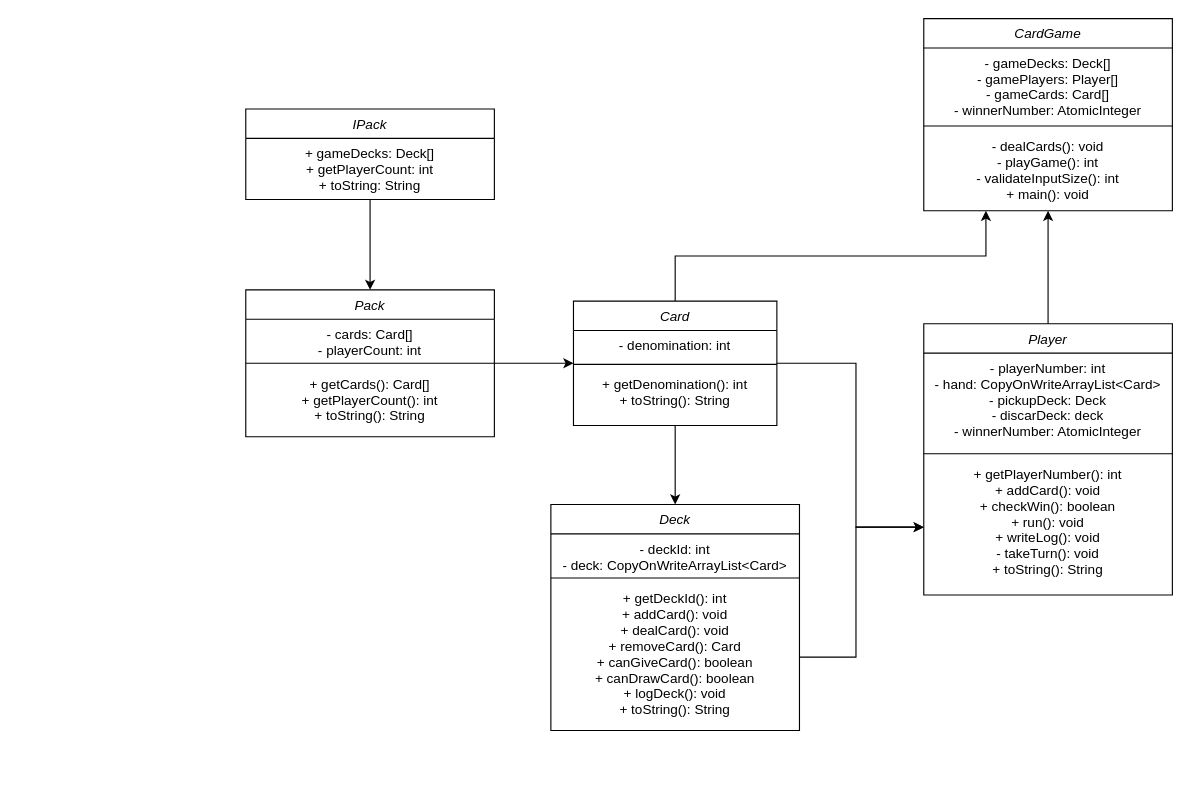
This is res/uml2414.drawio from edf1101/Cards-Coursework, a draw.io file, before an edit. Source tidied: cells renumbered, new cells numbered last; positions are measured from the earlier drawing's top-left corner, leaving out a move shared by most shapes. Both pictures are drawn from the tidied source at 113%, with x=0, y=0 at pixel (245, 18).
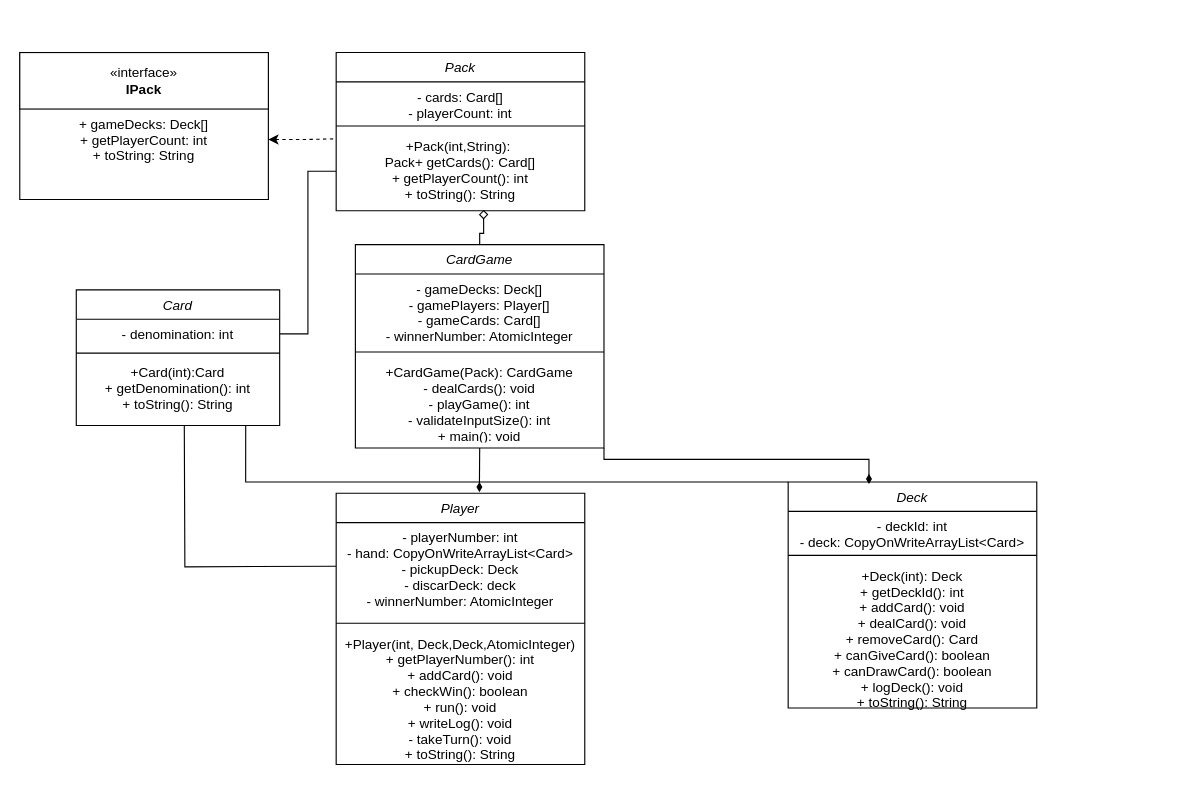
The same page after the edit.

The change refers to these unchanged cells:
```xml
<mxCell id="6" value="- denomination: int" style="text;align=center;verticalAlign=top;spacingLeft=4;spacingRight=4;overflow=hidden;points=[[0,0.5],[1,0.5]];portConstraint=eastwest;" parent="5" vertex="1">
  <mxGeometry y="26" width="180" height="26" as="geometry" />
</mxCell>
<mxCell id="7" style="line;html=1;strokeWidth=1;align=left;verticalAlign=middle;spacingTop=-1;spacingLeft=3;spacingRight=3;labelPosition=right;points=[];portConstraint=eastwest;" parent="5" vertex="1">
  <mxGeometry y="52" width="180" height="8" as="geometry" />
</mxCell>
```

The edit, as a diff of the source:
```diff
@@
-    <mxCell id="2" style="edgeStyle=orthogonalEdgeStyle;rounded=0;jettySize=auto;html=1;entryX=0;entryY=0.5;entryDx=0;entryDy=0;" parent="1" edge="1" source="5" target="22">
-      <mxGeometry relative="1" as="geometry">
-        <Array as="points">
-          <mxPoint x="540" y="305" />
-          <mxPoint x="540" y="450" />
-        </Array>
-      </mxGeometry>
-    </mxCell>
-    <mxCell id="3" style="edgeStyle=orthogonalEdgeStyle;rounded=0;jettySize=auto;html=1;entryX=0.25;entryY=1;entryDx=0;entryDy=0;" parent="1" edge="1" source="5" target="23">
-      <mxGeometry relative="1" as="geometry">
-        <Array as="points">
-          <mxPoint x="380" y="210" />
-          <mxPoint x="655" y="210" />
-        </Array>
-      </mxGeometry>
-    </mxCell>
-    <mxCell id="4" style="edgeStyle=orthogonalEdgeStyle;rounded=0;jettySize=auto;html=1;entryX=0.5;entryY=0;entryDx=0;entryDy=0;" parent="1" edge="1" source="5" target="9">
-      <mxGeometry relative="1" as="geometry" />
-    </mxCell>
     <mxCell id="5" value="Card" style="swimlane;fontStyle=2;align=center;verticalAlign=top;horizontal=1;startSize=26;rounded=0;shadow=0;strokeWidth=1;" parent="1" vertex="1">
-      <mxGeometry x="290" y="250" width="180" height="110" as="geometry" />
+      <mxGeometry x="-150" y="240" width="180" height="120" as="geometry" />
     </mxCell>
@@
-    <mxCell id="8" value="+ getDenomination(): int&#10;+ toString(): String" style="text;align=center;verticalAlign=top;spacingLeft=4;spacingRight=4;overflow=hidden;points=[[0,0.5],[1,0.5]];portConstraint=eastwest;" parent="5" vertex="1">
-      <mxGeometry y="60" width="180" height="50" as="geometry" />
+    <mxCell id="8" value="+Card(int):Card&#10;+ getDenomination(): int&#10;+ toString(): String" style="text;align=center;verticalAlign=top;spacingLeft=4;spacingRight=4;overflow=hidden;points=[[0,0.5],[1,0.5]];portConstraint=eastwest;" parent="5" vertex="1">
+      <mxGeometry y="60" width="180" height="60" as="geometry" />
     </mxCell>
     <mxCell id="9" value="Deck" style="swimlane;fontStyle=2;align=center;verticalAlign=top;horizontal=1;startSize=26;rounded=0;shadow=0;strokeWidth=1;" parent="1" vertex="1">
-      <mxGeometry x="270" y="430" width="220" height="200" as="geometry" />
+      <mxGeometry x="480" y="410" width="220" height="200" as="geometry" />
     </mxCell>
@@
-    <mxCell id="12" value="+ getDeckId(): int&#10;+ addCard(): void&#10;+ dealCard(): void&#10;+ removeCard(): Card&#10;+ canGiveCard(): boolean&#10;+ canDrawCard(): boolean&#10;+ logDeck(): void&#10;+ toString(): String" style="text;align=center;verticalAlign=top;spacingLeft=4;spacingRight=4;overflow=hidden;points=[[0,0.5],[1,0.5]];portConstraint=eastwest;" parent="9" vertex="1">
+    <mxCell id="12" value="+Deck(int): Deck&#10;+ getDeckId(): int&#10;+ addCard(): void&#10;+ dealCard(): void&#10;+ removeCard(): Card&#10;+ canGiveCard(): boolean&#10;+ canDrawCard(): boolean&#10;+ logDeck(): void&#10;+ toString(): String" style="text;align=center;verticalAlign=top;spacingLeft=4;spacingRight=4;overflow=hidden;points=[[0,0.5],[1,0.5]];portConstraint=eastwest;" parent="9" vertex="1">
       <mxGeometry y="70" width="220" height="130" as="geometry" />
     </mxCell>
-    <mxCell id="13" style="edgeStyle=orthogonalEdgeStyle;rounded=0;jettySize=auto;html=1;" parent="1" edge="1" source="14" target="7">
-      <mxGeometry relative="1" as="geometry">
-        <Array as="points">
-          <mxPoint x="270" y="305" />
-          <mxPoint x="270" y="305" />
-        </Array>
-      </mxGeometry>
-    </mxCell>
     <mxCell id="14" value="Pack" style="swimlane;fontStyle=2;align=center;verticalAlign=top;horizontal=1;startSize=26;rounded=0;shadow=0;strokeWidth=1;" parent="1" vertex="1">
-      <mxGeometry y="240" width="220" height="130" as="geometry" />
+      <mxGeometry x="80" y="30" width="220" height="140" as="geometry" />
     </mxCell>
@@
-    <mxCell id="17" value="+ getCards(): Card[]&#10;+ getPlayerCount(): int&#10;+ toString(): String" style="text;align=center;verticalAlign=top;spacingLeft=4;spacingRight=4;overflow=hidden;points=[[0,0.5],[1,0.5]];portConstraint=eastwest;" parent="14" vertex="1">
-      <mxGeometry y="70" width="220" height="50" as="geometry" />
+    <mxCell id="17" value="+Pack(int,String): &#10;Pack+ getCards(): Card[]&#10;+ getPlayerCount(): int&#10;+ toString(): String" style="text;align=center;verticalAlign=top;spacingLeft=4;spacingRight=4;overflow=hidden;points=[[0,0.5],[1,0.5]];portConstraint=eastwest;" parent="14" vertex="1">
+      <mxGeometry y="70" width="220" height="70" as="geometry" />
     </mxCell>
-    <mxCell id="18" style="edgeStyle=orthogonalEdgeStyle;rounded=0;jettySize=auto;html=1;entryX=0.5;entryY=1;entryDx=0;entryDy=0;" parent="1" edge="1" source="19" target="23">
-      <mxGeometry relative="1" as="geometry" />
-    </mxCell>
     <mxCell id="19" value="Player" style="swimlane;fontStyle=2;align=center;verticalAlign=top;horizontal=1;startSize=26;rounded=0;shadow=0;strokeWidth=1;" parent="1" vertex="1">
-      <mxGeometry x="600" y="270" width="220" height="240" as="geometry" />
+      <mxGeometry x="80" y="420" width="220" height="240" as="geometry" />
     </mxCell>
@@
-    <mxCell id="22" value="+ getPlayerNumber(): int&#10;+ addCard(): void&#10;+ checkWin(): boolean&#10;+ run(): void&#10;+ writeLog(): void&#10;- takeTurn(): void&#10;+ toString(): String&#10;" style="text;align=center;verticalAlign=top;spacingLeft=4;spacingRight=4;overflow=hidden;points=[[0,0.5],[1,0.5]];portConstraint=eastwest;" parent="19" vertex="1">
+    <mxCell id="22" value="+Player(int, Deck,Deck,AtomicInteger)&#10;+ getPlayerNumber(): int&#10;+ addCard(): void&#10;+ checkWin(): boolean&#10;+ run(): void&#10;+ writeLog(): void&#10;- takeTurn(): void&#10;+ toString(): String&#10;" style="text;align=center;verticalAlign=top;spacingLeft=4;spacingRight=4;overflow=hidden;points=[[0,0.5],[1,0.5]];portConstraint=eastwest;" parent="19" vertex="1">
       <mxGeometry y="120" width="220" height="120" as="geometry" />
     </mxCell>
     <mxCell id="23" value="CardGame" style="swimlane;fontStyle=2;align=center;verticalAlign=top;horizontal=1;startSize=26;rounded=0;shadow=0;strokeWidth=1;" parent="1" vertex="1">
-      <mxGeometry x="600" width="220" height="170" as="geometry" />
+      <mxGeometry x="97" y="200" width="220" height="180" as="geometry" />
     </mxCell>
@@
-    <mxCell id="26" value="- dealCards(): void&#10;- playGame(): int&#10;- validateInputSize(): int&#10;+ main(): void&#10;" style="text;align=center;verticalAlign=top;spacingLeft=4;spacingRight=4;overflow=hidden;" parent="23" vertex="1">
-      <mxGeometry y="100" width="220" height="60" as="geometry" />
+    <mxCell id="26" value="+CardGame(Pack): CardGame&#10;- dealCards(): void&#10;- playGame(): int&#10;- validateInputSize(): int&#10;+ main(): void&#10;" style="text;align=center;verticalAlign=top;spacingLeft=4;spacingRight=4;overflow=hidden;" parent="23" vertex="1">
+      <mxGeometry y="100" width="220" height="70" as="geometry" />
     </mxCell>
-    <mxCell id="27" style="edgeStyle=orthogonalEdgeStyle;rounded=0;jettySize=auto;html=1;entryX=0.5;entryY=0;entryDx=0;entryDy=0;" parent="1" edge="1" source="28" target="14">
-      <mxGeometry relative="1" as="geometry" />
-    </mxCell>
-    <mxCell id="28" value="IPack" style="swimlane;fontStyle=2;align=center;verticalAlign=top;horizontal=1;startSize=26;rounded=0;shadow=0;strokeWidth=1;" parent="1" vertex="1">
-      <mxGeometry y="80" width="220" height="80" as="geometry" />
+    <mxCell id="28" style="swimlane;fontStyle=2;align=center;verticalAlign=top;horizontal=1;startSize=0;rounded=0;shadow=0;strokeWidth=1;" parent="1" vertex="1">
+      <mxGeometry x="-200" y="30" width="220" height="130" as="geometry" />
     </mxCell>
+    <mxCell id="31" value="«interface»&lt;br&gt;&lt;b&gt;IPack&lt;/b&gt;" style="html=1;whiteSpace=wrap;" parent="28" vertex="1">
+      <mxGeometry width="220" height="50" as="geometry" />
+    </mxCell>
     <mxCell id="29" value="+ gameDecks: Deck[]&#10;+ getPlayerCount: int&#10;+ toString: String&#10;" style="text;align=center;verticalAlign=top;spacingLeft=4;spacingRight=4;overflow=hidden;points=[[0,0.5],[1,0.5]];portConstraint=eastwest;" parent="28" vertex="1">
-      <mxGeometry y="26" width="220" height="54" as="geometry" />
+      <mxGeometry y="50" width="220" height="54" as="geometry" />
     </mxCell>
-    <mxCell id="30" style="edgeStyle=orthogonalEdgeStyle;rounded=0;jettySize=auto;html=1;entryX=0;entryY=0.5;entryDx=0;entryDy=0;" parent="1" edge="1" source="12" target="22">
-      <mxGeometry relative="1" as="geometry">
-        <Array as="points">
-          <mxPoint x="540" y="565" />
-          <mxPoint x="540" y="450" />
-        </Array>
-      </mxGeometry>
-    </mxCell>
+    <mxCell id="32" style="edgeStyle=orthogonalEdgeStyle;rounded=0;jettySize=auto;html=1;exitX=1;exitY=0.5;exitDx=0;exitDy=0;entryX=0;entryY=0.091;entryDx=0;entryDy=0;entryPerimeter=0;endArrow=none;endFill=0;dashed=1;startArrow=classic;startFill=1;" parent="1" edge="1" source="29" target="17">
+      <mxGeometry relative="1" as="geometry" />
+    </mxCell>
+    <mxCell id="33" style="edgeStyle=orthogonalEdgeStyle;rounded=0;jettySize=auto;html=1;entryX=0.593;entryY=0.989;entryDx=0;entryDy=0;endArrow=diamond;endFill=0;startArrow=none;startFill=0;entryPerimeter=0;exitX=0.5;exitY=0;exitDx=0;exitDy=0;" parent="1" edge="1" source="23" target="17">
+      <mxGeometry relative="1" as="geometry">
+        <Array as="points">
+          <mxPoint x="207" y="190" />
+          <mxPoint x="210" y="190" />
+        </Array>
+      </mxGeometry>
+    </mxCell>
+    <mxCell id="34" style="edgeStyle=orthogonalEdgeStyle;rounded=0;jettySize=auto;html=1;exitX=0.5;exitY=1;exitDx=0;exitDy=0;entryX=0.576;entryY=-0.004;entryDx=0;entryDy=0;entryPerimeter=0;endArrow=diamondThin;endFill=1;" parent="1" edge="1" source="23" target="19">
+      <mxGeometry relative="1" as="geometry" />
+    </mxCell>
+    <mxCell id="35" style="edgeStyle=orthogonalEdgeStyle;rounded=0;jettySize=auto;html=1;exitX=1;exitY=1;exitDx=0;exitDy=0;entryX=0.325;entryY=0.009;entryDx=0;entryDy=0;entryPerimeter=0;endArrow=diamondThin;endFill=1;" parent="1" edge="1" source="23" target="9">
+      <mxGeometry relative="1" as="geometry">
+        <Array as="points">
+          <mxPoint x="317" y="390" />
+          <mxPoint x="552" y="390" />
+        </Array>
+      </mxGeometry>
+    </mxCell>
+    <mxCell id="36" style="edgeStyle=orthogonalEdgeStyle;rounded=0;orthogonalLoop=1;jettySize=auto;html=1;exitX=0;exitY=0.5;exitDx=0;exitDy=0;entryX=0.531;entryY=1.056;entryDx=0;entryDy=0;entryPerimeter=0;endArrow=none;endFill=0;" parent="1" edge="1">
+      <mxGeometry relative="1" as="geometry">
+        <mxPoint x="80" y="484.6" as="sourcePoint" />
+        <mxPoint x="-54.4" y="360" as="targetPoint" />
+      </mxGeometry>
+    </mxCell>
+    <mxCell id="37" style="edgeStyle=orthogonalEdgeStyle;rounded=0;jettySize=auto;html=1;exitX=0;exitY=0;exitDx=0;exitDy=0;entryX=0.833;entryY=1;entryDx=0;entryDy=0;entryPerimeter=0;endArrow=none;endFill=0;" parent="1" edge="1" source="9" target="8">
+      <mxGeometry relative="1" as="geometry">
+        <Array as="points">
+          <mxPoint y="410" />
+        </Array>
+      </mxGeometry>
+    </mxCell>
+    <mxCell id="38" style="edgeStyle=orthogonalEdgeStyle;rounded=0;jettySize=auto;html=1;exitX=0;exitY=0.5;exitDx=0;exitDy=0;entryX=1;entryY=0.5;entryDx=0;entryDy=0;endArrow=none;endFill=0;" parent="1" edge="1" source="17" target="6">
+      <mxGeometry relative="1" as="geometry" />
+    </mxCell>
```
